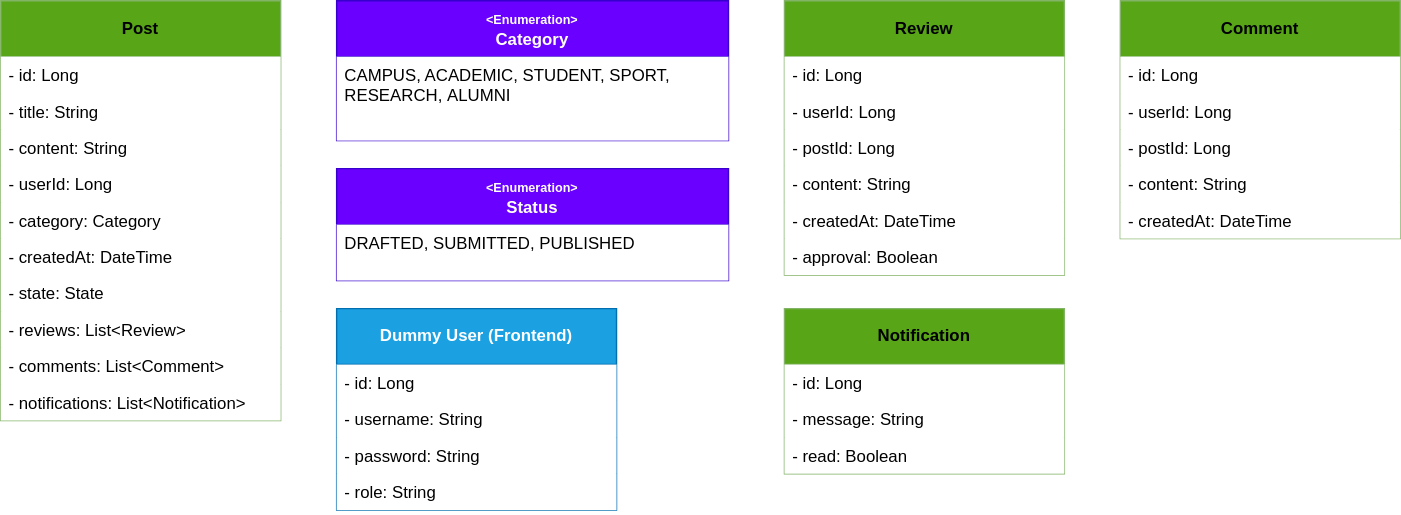
This is architecture/entities.drawio.svg from pxlit-projects/project-Su-zenGeurtsPXL-1, a draw.io export, as it was before one commit. Source tidied: cells renumbered, new cells last; positions are measured from the earlier drawing's top-left corner, leaving out a move shared by most shapes.
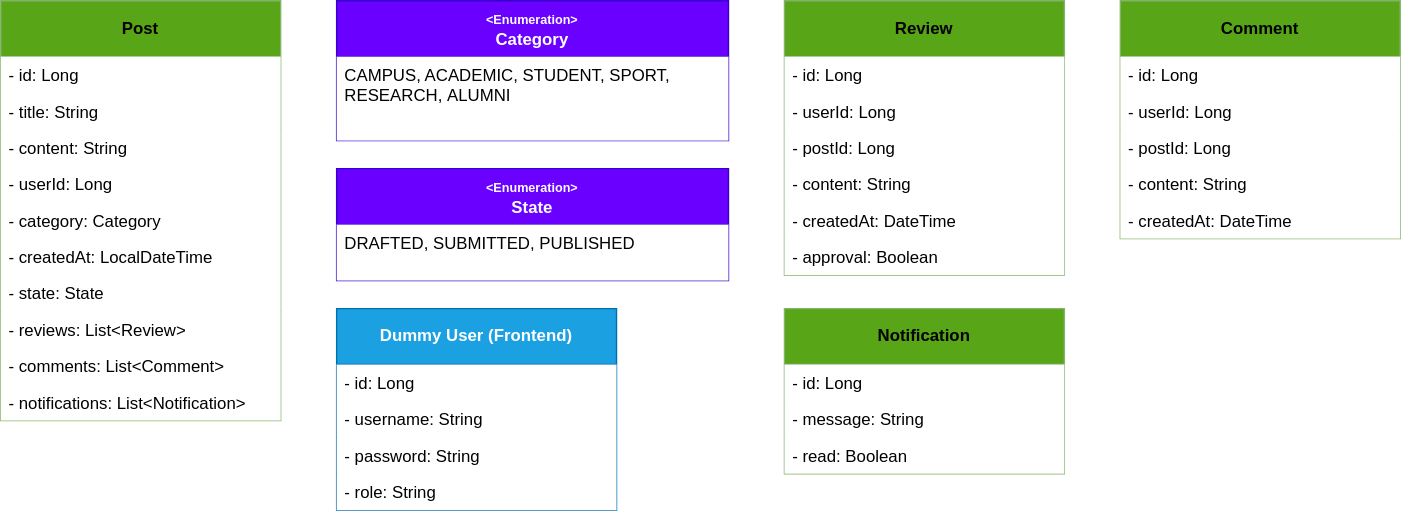
Above is the later version.

Commit message:
[SETUP] #3 Updated entities

Change to the diagram source:
```diff
@@ -20,7 +20,7 @@
     <mxCell id="7" value="- category: Category" style="text;align=left;verticalAlign=top;spacingLeft=4;spacingRight=4;overflow=hidden;whiteSpace=wrap;html=1;fillColor=default;" parent="2" vertex="1">
       <mxGeometry y="144" width="200" height="26" as="geometry" />
     </mxCell>
-    <mxCell id="8" value="- createdAt: DateTime" style="text;align=left;verticalAlign=top;spacingLeft=4;spacingRight=4;overflow=hidden;whiteSpace=wrap;html=1;fillColor=default;" parent="2" vertex="1">
+    <mxCell id="8" value="- createdAt: LocalDateTime" style="text;align=left;verticalAlign=top;spacingLeft=4;spacingRight=4;overflow=hidden;whiteSpace=wrap;html=1;fillColor=default;" parent="2" vertex="1">
       <mxGeometry y="170" width="200" height="26" as="geometry" />
     </mxCell>
     <mxCell id="9" value="- state: State" style="text;align=left;verticalAlign=top;spacingLeft=4;spacingRight=4;overflow=hidden;whiteSpace=wrap;html=1;fillColor=default;" parent="2" vertex="1">
@@ -80,7 +80,7 @@
     <mxCell id="27" value="- createdAt: DateTime" style="text;align=left;verticalAlign=top;spacingLeft=4;spacingRight=4;overflow=hidden;whiteSpace=wrap;html=1;fillColor=default;" parent="22" vertex="1">
       <mxGeometry y="144" width="200" height="26" as="geometry" />
     </mxCell>
-    <mxCell id="28" value="&lt;div&gt;&lt;b&gt;&lt;font style=&quot;font-size: 9px;&quot;&gt;&amp;lt;Enumeration&amp;gt;&lt;/font&gt;&lt;/b&gt;&lt;/div&gt;&lt;b&gt;Status&lt;/b&gt;" style="swimlane;fontStyle=0;horizontal=1;startSize=40;whiteSpace=wrap;html=1;fillColor=#6a00ff;strokeColor=#3700CC;fontColor=#ffffff;" parent="1" vertex="1">
+    <mxCell id="28" value="&lt;div&gt;&lt;b&gt;&lt;font style=&quot;font-size: 9px;&quot;&gt;&amp;lt;Enumeration&amp;gt;&lt;/font&gt;&lt;/b&gt;&lt;/div&gt;&lt;b&gt;State&lt;/b&gt;" style="swimlane;fontStyle=0;horizontal=1;startSize=40;whiteSpace=wrap;html=1;fillColor=#6a00ff;strokeColor=#3700CC;fontColor=#ffffff;" parent="1" vertex="1">
       <mxGeometry x="240" y="120" width="280" height="80" as="geometry" />
     </mxCell>
     <mxCell id="29" value="DRAFTED, SUBMITTED&lt;span style=&quot;background-color: initial;&quot;&gt;,&amp;nbsp;&lt;/span&gt;&lt;span style=&quot;background-color: initial;&quot;&gt;PUBLISHED&lt;/span&gt;" style="text;align=left;verticalAlign=top;spacingLeft=4;spacingRight=4;overflow=hidden;whiteSpace=wrap;html=1;fillColor=default;" parent="28" vertex="1">
```
